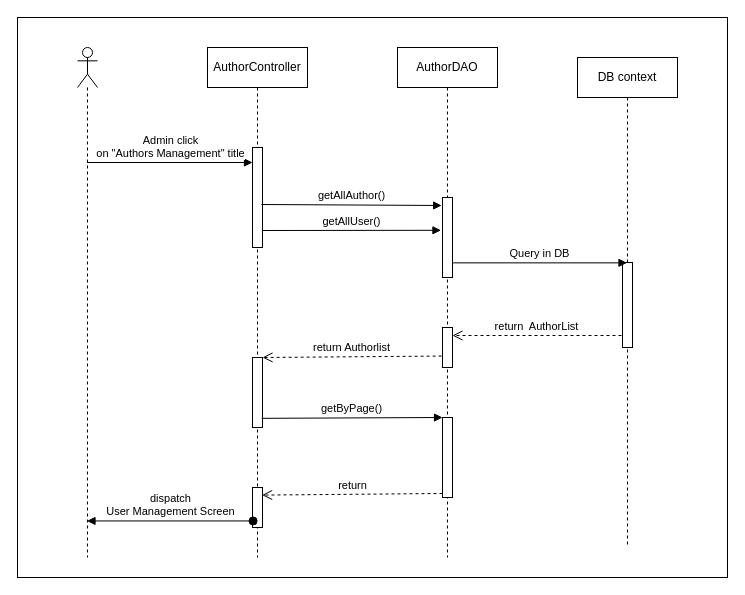
This is page "Trang-2" (2 of 8) of te3.drawio from baspdd/desktop-tutorial, a draw.io file, before an edit. Source tidied: cells renumbered, new cells numbered last; positions are measured from the earlier drawing's top-left corner, leaving out a move shared by most shapes. Both pictures are drawn from the tidied source at 100%, with x=0, y=0 at pixel (17, 17).
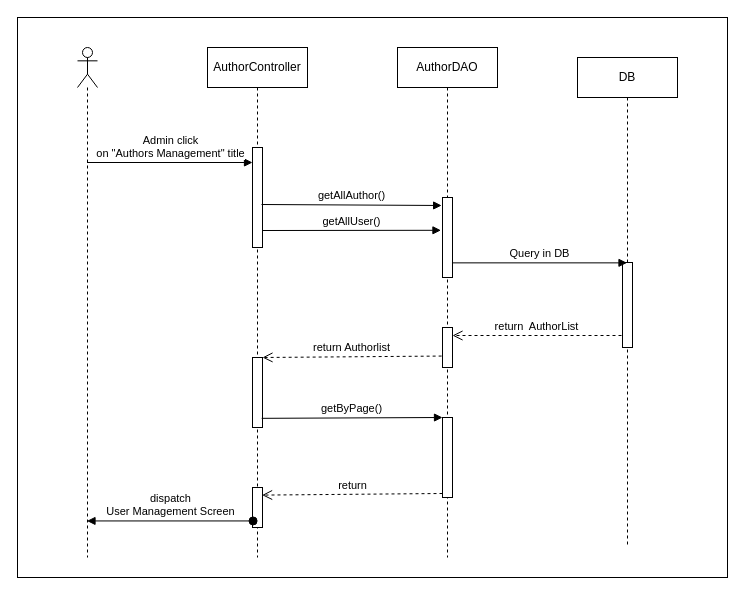
The same page after the edit.

Change to the diagram source:
```diff
@@
-    <mxCell id="12" value="DB context" style="shape=umlLifeline;perimeter=lifelinePerimeter;whiteSpace=wrap;html=1;outlineConnect=0;" parent="1" vertex="1">
+    <mxCell id="12" value="DB" style="shape=umlLifeline;perimeter=lifelinePerimeter;whiteSpace=wrap;html=1;outlineConnect=0;" parent="1" vertex="1">
       <mxGeometry x="560" y="40" width="100" height="490" as="geometry" />
     </mxCell>
```
